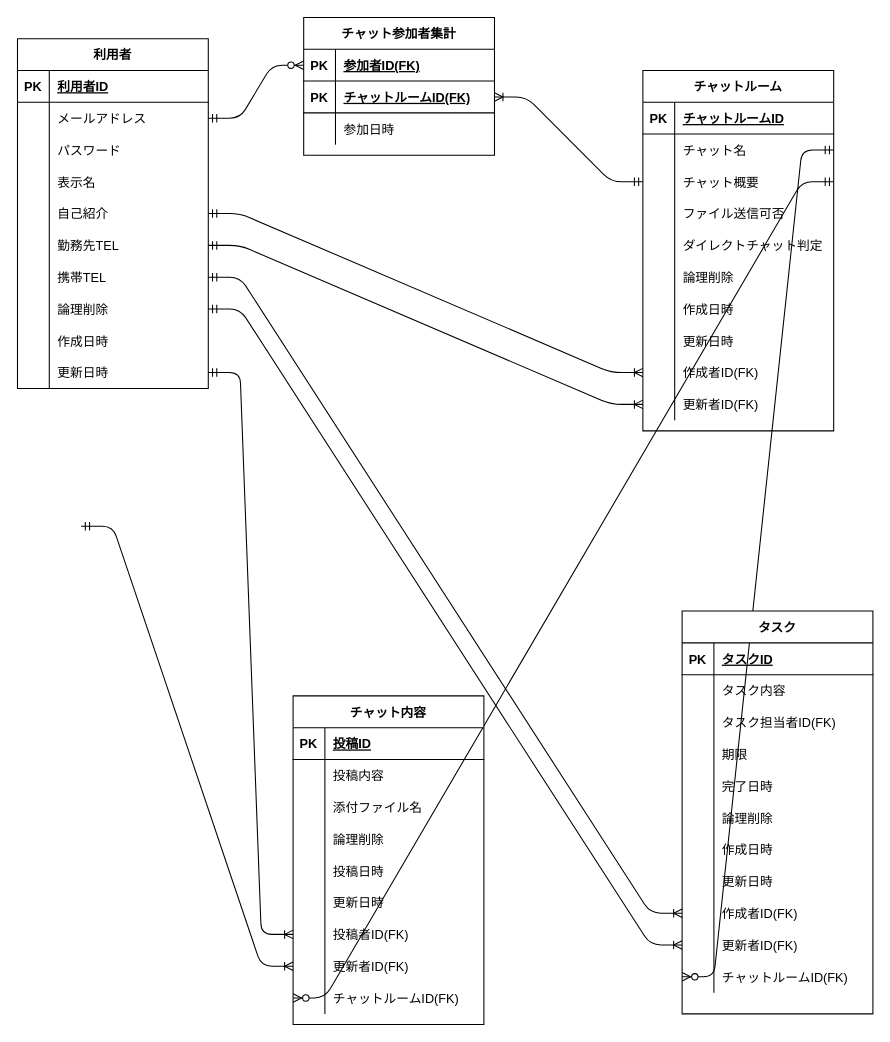
Above: db/db-challenge1/erdiagram.drawio in labotinc/quelcode-db (draw.io), before the change. Source tidied: cells renumbered, new cells numbered last; positions are measured from the earlier drawing's top-left corner, leaving out a move shared by most shapes. Both pictures are drawn from the tidied source at 106%, with x=0, y=0 at pixel (17, 17).
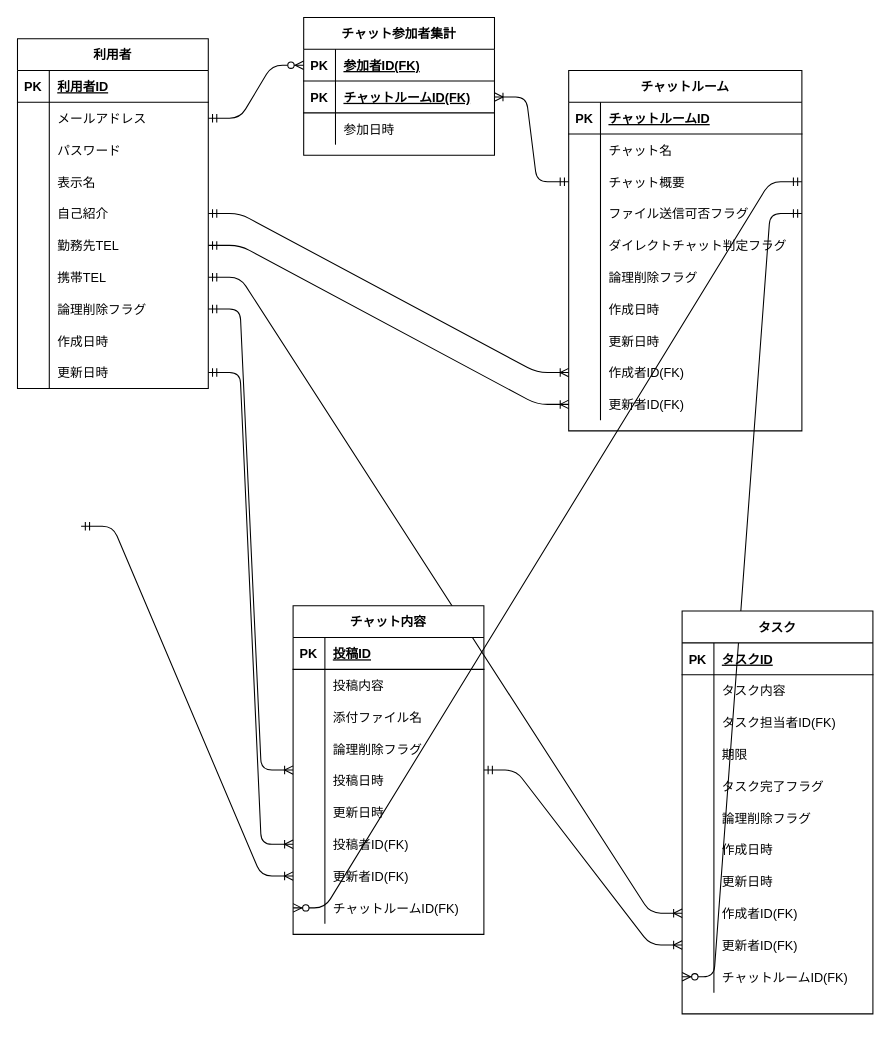
Above is the later version.

Commit message:
update: タスク完了の判定方法を完了日時から真偽値を入れる方法に変更

パフォーマンスを考慮し真偽値判定に変更。

The change refers to these unchanged cells:
```xml
<mxCell id="24" style="shape=partialRectangle;fillColor=none;top=0;left=0;bottom=0;right=0;points=[[0,0.5],[1,0.5]];portConstraint=eastwest;" parent="2" vertex="1">
  <mxGeometry y="240" width="180" height="30" as="geometry" />
</mxCell>
<mxCell id="97" style="shape=partialRectangle;fillColor=none;top=0;left=0;bottom=0;right=0;" parent="84" vertex="1">
  <mxGeometry y="150" width="180" height="30" as="geometry" />
</mxCell>
<mxCell id="100" style="shape=partialRectangle;fillColor=none;top=0;left=0;bottom=0;right=0;" parent="84" vertex="1">
  <mxGeometry y="180" width="180" height="30" as="geometry" />
</mxCell>
<mxCell id="112" style="shape=partialRectangle;fillColor=none;top=0;left=0;bottom=0;right=0;points=[[0,0.5],[1,0.5]];portConstraint=eastwest;" parent="84" vertex="1">
  <mxGeometry y="300" width="180" height="30" as="geometry" />
</mxCell>
<mxCell id="115" style="shape=partialRectangle;fillColor=none;top=0;left=0;bottom=0;right=0;points=[[0,0.5],[1,0.5]];portConstraint=eastwest;" parent="84" vertex="1">
  <mxGeometry y="330" width="180" height="30" as="geometry" />
</mxCell>
<mxCell id="128" style="shape=partialRectangle;fillColor=none;top=0;left=0;bottom=0;right=0;" parent="118" vertex="1">
  <mxGeometry y="120" width="180" height="30" as="geometry" />
</mxCell>
<mxCell id="143" style="shape=partialRectangle;fillColor=none;top=0;left=0;bottom=0;right=0;points=[[0,0.5],[1,0.5]];portConstraint=eastwest;" parent="118" vertex="1">
  <mxGeometry y="270" width="180" height="30" as="geometry" />
</mxCell>
```

Diff of the diagram source:
```diff
@@
-    <mxCell id="26" value="論理削除" style="shape=partialRectangle;fillColor=none;top=0;left=0;bottom=0;right=0;align=left;spacingLeft=6;overflow=hidden;" parent="24" vertex="1">
+    <mxCell id="26" value="論理削除フラグ" style="shape=partialRectangle;fillColor=none;top=0;left=0;bottom=0;right=0;align=left;spacingLeft=6;overflow=hidden;" parent="24" vertex="1">
       <mxGeometry x="30" width="150" height="30" as="geometry" />
     </mxCell>
@@
-    <mxCell id="40" style="edgeStyle=entityRelationEdgeStyle;fontSize=12;html=1;endArrow=ERoneToMany;startArrow=ERmandOne;entryX=0;entryY=0.5;entryDx=0;entryDy=0;exitX=1;exitY=0.5;exitDx=0;exitDy=0;" parent="1" edge="1" source="24" target="112">
+    <mxCell id="40" style="edgeStyle=entityRelationEdgeStyle;fontSize=12;html=1;endArrow=ERoneToMany;startArrow=ERmandOne;entryX=0;entryY=0.5;entryDx=0;entryDy=0;exitX=1;exitY=0.5;exitDx=0;exitDy=0;" parent="1" edge="1" source="118" target="112">
       <mxGeometry relative="1" as="geometry" />
     </mxCell>
@@
+    <mxCell id="82" style="edgeStyle=entityRelationEdgeStyle;fontSize=12;html=1;endArrow=ERzeroToMany;startArrow=ERmandOne;entryX=0;entryY=0.5;entryDx=0;entryDy=0;exitX=1;exitY=0.5;exitDx=0;exitDy=0;" parent="1" edge="1" source="61" target="115">
+      <mxGeometry relative="1" as="geometry" />
+    </mxCell>
+    <mxCell id="83" style="edgeStyle=entityRelationEdgeStyle;fontSize=12;html=1;endArrow=ERzeroToMany;startArrow=ERmandOne;entryX=0;entryY=0.5;entryDx=0;entryDy=0;exitX=1;exitY=0.5;exitDx=0;exitDy=0;" parent="1" edge="1" source="58" target="143">
+      <mxGeometry relative="1" as="geometry" />
+    </mxCell>
     <mxCell id="51" value="チャットルーム" style="shape=table;startSize=30;childLayout=tableLayout;rowLines=0;fontStyle=1;align=center;" parent="1" vertex="1">
-      <mxGeometry x="590" y="50" width="180" height="340" as="geometry" />
+      <mxGeometry x="520" y="50" width="220" height="340" as="geometry" />
     </mxCell>
     <mxCell id="52" style="shape=partialRectangle;fillColor=none;top=0;left=0;bottom=1;right=0;" parent="51" vertex="1">
-      <mxGeometry y="30" width="180" height="30" as="geometry" />
+      <mxGeometry y="30" width="220" height="30" as="geometry" />
     </mxCell>
@@
     <mxCell id="54" value="チャットルームID" style="shape=partialRectangle;fillColor=none;top=0;left=0;bottom=0;right=0;align=left;spacingLeft=6;fontStyle=5;overflow=hidden;" parent="52" vertex="1">
-      <mxGeometry x="30" width="150" height="30" as="geometry" />
+      <mxGeometry x="30" width="190" height="30" as="geometry" />
     </mxCell>
     <mxCell id="55" style="shape=partialRectangle;fillColor=none;top=0;left=0;bottom=0;right=0;points=[[0,0.5],[1,0.5]];portConstraint=eastwest;" parent="51" vertex="1">
-      <mxGeometry y="60" width="180" height="30" as="geometry" />
+      <mxGeometry y="60" width="220" height="30" as="geometry" />
     </mxCell>
@@
     <mxCell id="57" value="チャット名" style="shape=partialRectangle;fillColor=none;top=0;left=0;bottom=0;right=0;align=left;spacingLeft=6;overflow=hidden;" parent="55" vertex="1">
-      <mxGeometry x="30" width="150" height="30" as="geometry" />
+      <mxGeometry x="30" width="190" height="30" as="geometry" />
     </mxCell>
     <mxCell id="58" style="shape=partialRectangle;fillColor=none;top=0;left=0;bottom=0;right=0;points=[[0,0.5],[1,0.5]];portConstraint=eastwest;" parent="51" vertex="1">
-      <mxGeometry y="90" width="180" height="30" as="geometry" />
+      <mxGeometry y="90" width="220" height="30" as="geometry" />
     </mxCell>
@@
     <mxCell id="60" value="チャット概要" style="shape=partialRectangle;fillColor=none;top=0;left=0;bottom=0;right=0;align=left;spacingLeft=6;overflow=hidden;" parent="58" vertex="1">
-      <mxGeometry x="30" width="150" height="30" as="geometry" />
+      <mxGeometry x="30" width="190" height="30" as="geometry" />
     </mxCell>
     <mxCell id="61" style="shape=partialRectangle;fillColor=none;top=0;left=0;bottom=0;right=0;points=[[0,0.5],[1,0.5]];portConstraint=eastwest;" parent="51" vertex="1">
-      <mxGeometry y="120" width="180" height="30" as="geometry" />
+      <mxGeometry y="120" width="220" height="30" as="geometry" />
     </mxCell>
@@
-    <mxCell id="63" value="ファイル送信可否" style="shape=partialRectangle;fillColor=none;top=0;left=0;bottom=0;right=0;align=left;spacingLeft=6;overflow=hidden;" parent="61" vertex="1">
-      <mxGeometry x="30" width="150" height="30" as="geometry" />
+    <mxCell id="63" value="ファイル送信可否フラグ" style="shape=partialRectangle;fillColor=none;top=0;left=0;bottom=0;right=0;align=left;spacingLeft=6;overflow=hidden;" parent="61" vertex="1">
+      <mxGeometry x="30" width="190" height="30" as="geometry" />
     </mxCell>
     <mxCell id="64" style="shape=partialRectangle;fillColor=none;top=0;left=0;bottom=0;right=0;" parent="51" vertex="1">
-      <mxGeometry y="150" width="180" height="30" as="geometry" />
+      <mxGeometry y="150" width="220" height="30" as="geometry" />
     </mxCell>
@@
-    <mxCell id="66" value="ダイレクトチャット判定" style="shape=partialRectangle;fillColor=none;top=0;left=0;bottom=0;right=0;align=left;spacingLeft=6;overflow=hidden;" parent="64" vertex="1">
-      <mxGeometry x="30" width="150" height="30" as="geometry" />
+    <mxCell id="66" value="ダイレクトチャット判定フラグ" style="shape=partialRectangle;fillColor=none;top=0;left=0;bottom=0;right=0;align=left;spacingLeft=6;overflow=hidden;" parent="64" vertex="1">
+      <mxGeometry x="30" width="190" height="30" as="geometry" />
     </mxCell>
     <mxCell id="67" style="shape=partialRectangle;fillColor=none;top=0;left=0;bottom=0;right=0;" parent="51" vertex="1">
-      <mxGeometry y="180" width="180" height="30" as="geometry" />
+      <mxGeometry y="180" width="220" height="30" as="geometry" />
     </mxCell>
@@
-    <mxCell id="69" value="論理削除" style="shape=partialRectangle;fillColor=none;top=0;left=0;bottom=0;right=0;align=left;spacingLeft=6;overflow=hidden;" parent="67" vertex="1">
-      <mxGeometry x="30" width="150" height="30" as="geometry" />
+    <mxCell id="69" value="論理削除フラグ" style="shape=partialRectangle;fillColor=none;top=0;left=0;bottom=0;right=0;align=left;spacingLeft=6;overflow=hidden;" parent="67" vertex="1">
+      <mxGeometry x="30" width="190" height="30" as="geometry" />
     </mxCell>
     <mxCell id="70" style="shape=partialRectangle;fillColor=none;top=0;left=0;bottom=0;right=0;" parent="51" vertex="1">
-      <mxGeometry y="210" width="180" height="30" as="geometry" />
+      <mxGeometry y="210" width="220" height="30" as="geometry" />
     </mxCell>
@@
     <mxCell id="72" value="作成日時" style="shape=partialRectangle;fillColor=none;top=0;left=0;bottom=0;right=0;align=left;spacingLeft=6;overflow=hidden;" parent="70" vertex="1">
-      <mxGeometry x="30" width="150" height="30" as="geometry" />
+      <mxGeometry x="30" width="190" height="30" as="geometry" />
     </mxCell>
     <mxCell id="73" style="shape=partialRectangle;fillColor=none;top=0;left=0;bottom=0;right=0;" parent="51" vertex="1">
-      <mxGeometry y="240" width="180" height="30" as="geometry" />
+      <mxGeometry y="240" width="220" height="30" as="geometry" />
     </mxCell>
@@
     <mxCell id="75" value="更新日時" style="shape=partialRectangle;fillColor=none;top=0;left=0;bottom=0;right=0;align=left;spacingLeft=6;overflow=hidden;" parent="73" vertex="1">
-      <mxGeometry x="30" width="150" height="30" as="geometry" />
+      <mxGeometry x="30" width="190" height="30" as="geometry" />
     </mxCell>
     <mxCell id="76" style="shape=partialRectangle;fillColor=none;top=0;left=0;bottom=0;right=0;points=[[0,0.5],[1,0.5]];portConstraint=eastwest;" parent="51" vertex="1">
-      <mxGeometry y="270" width="180" height="30" as="geometry" />
+      <mxGeometry y="270" width="220" height="30" as="geometry" />
     </mxCell>
@@
     <mxCell id="78" value="作成者ID(FK)" style="shape=partialRectangle;fillColor=none;top=0;left=0;bottom=0;right=0;align=left;spacingLeft=6;overflow=hidden;" parent="76" vertex="1">
-      <mxGeometry x="30" width="150" height="30" as="geometry" />
+      <mxGeometry x="30" width="190" height="30" as="geometry" />
     </mxCell>
     <mxCell id="79" style="shape=partialRectangle;fillColor=none;top=0;left=0;bottom=0;right=0;points=[[0,0.5],[1,0.5]];portConstraint=eastwest;" parent="51" vertex="1">
-      <mxGeometry y="300" width="180" height="30" as="geometry" />
+      <mxGeometry y="300" width="220" height="30" as="geometry" />
     </mxCell>
@@
     <mxCell id="81" value="更新者ID(FK)" style="shape=partialRectangle;fillColor=none;top=0;left=0;bottom=0;right=0;align=left;spacingLeft=6;overflow=hidden;" parent="79" vertex="1">
-      <mxGeometry x="30" width="150" height="30" as="geometry" />
+      <mxGeometry x="30" width="190" height="30" as="geometry" />
     </mxCell>
-    <mxCell id="82" style="edgeStyle=entityRelationEdgeStyle;fontSize=12;html=1;endArrow=ERzeroToMany;startArrow=ERmandOne;entryX=0;entryY=0.5;entryDx=0;entryDy=0;exitX=1;exitY=0.5;exitDx=0;exitDy=0;" parent="1" edge="1" source="55" target="115">
-      <mxGeometry relative="1" as="geometry" />
-    </mxCell>
-    <mxCell id="83" style="edgeStyle=entityRelationEdgeStyle;fontSize=12;html=1;endArrow=ERzeroToMany;startArrow=ERmandOne;entryX=0;entryY=0.5;entryDx=0;entryDy=0;exitX=1;exitY=0.5;exitDx=0;exitDy=0;" parent="1" edge="1" source="58" target="143">
-      <mxGeometry relative="1" as="geometry" />
-    </mxCell>
+    <mxCell id="146" style="edgeStyle=entityRelationEdgeStyle;fontSize=12;html=1;endArrow=ERoneToMany;startArrow=ERmandOne;entryX=0;entryY=0.5;entryDx=0;entryDy=0;exitX=1;exitY=0.5;exitDx=0;exitDy=0;" parent="1" edge="1" source="24" target="118">
+      <mxGeometry relative="1" as="geometry" />
+    </mxCell>
@@
-    <mxCell id="99" value="完了日時" style="shape=partialRectangle;fillColor=none;top=0;left=0;bottom=0;right=0;align=left;spacingLeft=6;overflow=hidden;" parent="97" vertex="1">
+    <mxCell id="99" value="タスク完了フラグ" style="shape=partialRectangle;fillColor=none;top=0;left=0;bottom=0;right=0;align=left;spacingLeft=6;overflow=hidden;" parent="97" vertex="1">
       <mxGeometry x="30" width="150" height="30" as="geometry" />
     </mxCell>
@@
-    <mxCell id="102" value="論理削除" style="shape=partialRectangle;fillColor=none;top=0;left=0;bottom=0;right=0;align=left;spacingLeft=6;overflow=hidden;" parent="100" vertex="1">
+    <mxCell id="102" value="論理削除フラグ" style="shape=partialRectangle;fillColor=none;top=0;left=0;bottom=0;right=0;align=left;spacingLeft=6;overflow=hidden;" parent="100" vertex="1">
       <mxGeometry x="30" width="150" height="30" as="geometry" />
     </mxCell>
@@
     <mxCell id="118" value="チャット内容" style="shape=table;startSize=30;childLayout=tableLayout;rowLines=0;fontStyle=1;align=center;" parent="1" vertex="1">
-      <mxGeometry x="260" y="640" width="180" height="310" as="geometry" />
+      <mxGeometry x="260" y="555" width="180" height="310" as="geometry" />
     </mxCell>
@@
-    <mxCell id="130" value="論理削除" style="shape=partialRectangle;fillColor=none;top=0;left=0;bottom=0;right=0;align=left;spacingLeft=6;overflow=hidden;" parent="128" vertex="1">
+    <mxCell id="130" value="論理削除フラグ" style="shape=partialRectangle;fillColor=none;top=0;left=0;bottom=0;right=0;align=left;spacingLeft=6;overflow=hidden;" parent="128" vertex="1">
       <mxGeometry x="30" width="150" height="30" as="geometry" />
     </mxCell>
```
